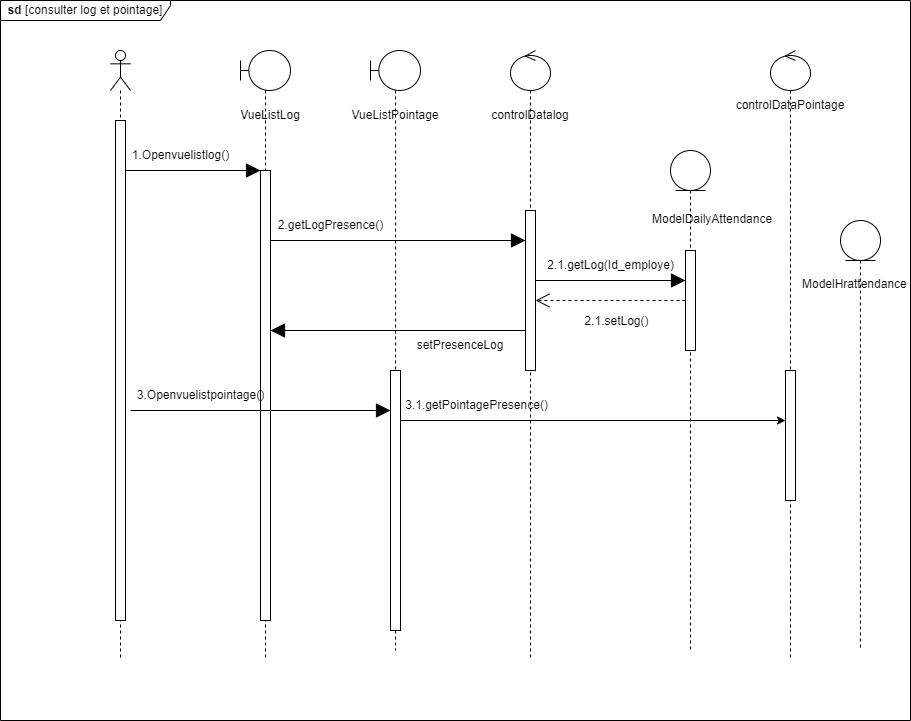
Earlier version of the draw.io export static/Diagramme des séquences conceptuel  log et pointage .drawio.png (Siluearsene/borne_biometrique). Source tidied: cells renumbered, new cells last; positions are measured from the earlier drawing's top-left corner, leaving out a move shared by most shapes.
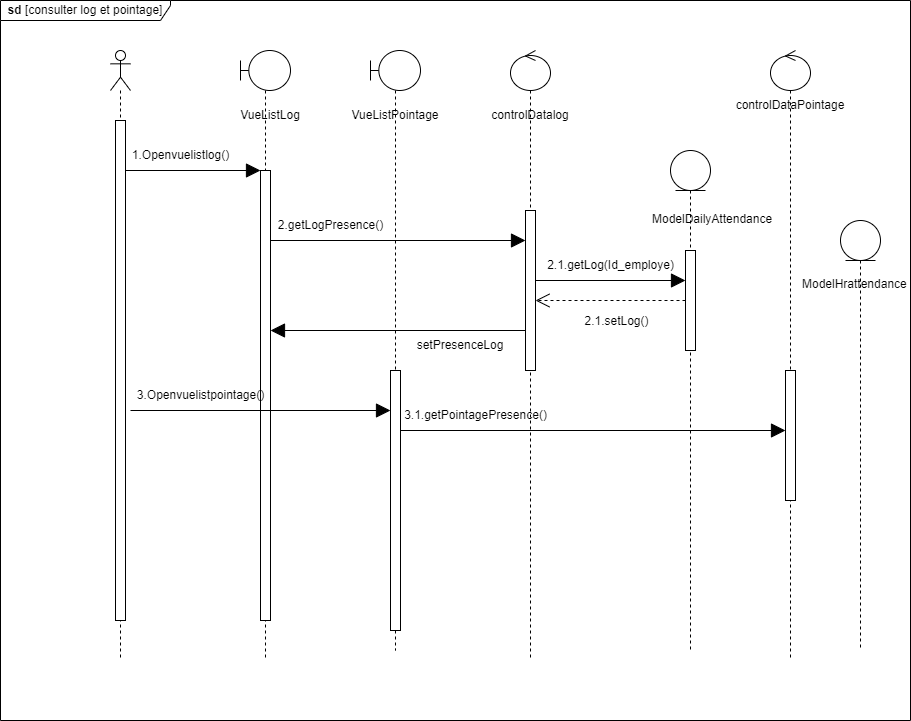
The same file after the commit.

Commit message:
Mettre à jour Diagramme des séquences conceptuel  log et pointage .drawio.png

Change to the diagram source:
```diff
@@ -98,13 +98,8 @@
     <mxCell id="29" style="html=1;points=[];perimeter=orthogonalPerimeter;outlineConnect=0;targetShapes=umlLifeline;portConstraint=eastwest;newEdgeStyle={&quot;edgeStyle&quot;:&quot;elbowEdgeStyle&quot;,&quot;elbow&quot;:&quot;vertical&quot;,&quot;curved&quot;:0,&quot;rounded&quot;:0};" parent="1" vertex="1">
       <mxGeometry x="785" y="370" width="10" height="130" as="geometry" />
     </mxCell>
-    <mxCell id="30" style="endArrow=classic;html=1;rounded=0;" parent="1" edge="1" target="29">
-      <mxGeometry relative="1" as="geometry">
-        <mxPoint x="400.5" y="420" as="sourcePoint" />
-      </mxGeometry>
-    </mxCell>
     <mxCell id="31" value="3.1.getPointagePresence()" style="text;html=1;align=center;verticalAlign=middle;strokeColor=none;fillColor=none;" parent="1" vertex="1">
-      <mxGeometry x="390.5" y="390" width="170" height="30" as="geometry" />
+      <mxGeometry x="390" y="400" width="170" height="30" as="geometry" />
     </mxCell>
     <mxCell id="32" style="endArrow=block;endFill=1;endSize=12;html=1;rounded=0;" parent="1" edge="1" target="13">
       <mxGeometry relative="1" as="geometry">
@@ -120,5 +115,10 @@
     <mxCell id="35" value="&lt;div style=&quot;text-align: center;&quot;&gt;&lt;span style=&quot;background-color: initial;&quot;&gt;ModelHrattendance&lt;/span&gt;&lt;/div&gt;" style="text;whiteSpace=wrap;html=1;" parent="1" vertex="1">
       <mxGeometry x="800" y="270" width="100" height="25" as="geometry" />
     </mxCell>
+    <mxCell id="36" style="endArrow=block;endFill=1;endSize=12;html=1;rounded=0;" parent="1" edge="1" target="29">
+      <mxGeometry relative="1" as="geometry">
+        <mxPoint x="400" y="430" as="sourcePoint" />
+      </mxGeometry>
+    </mxCell>
   </root>
 </mxGraphModel>
```
